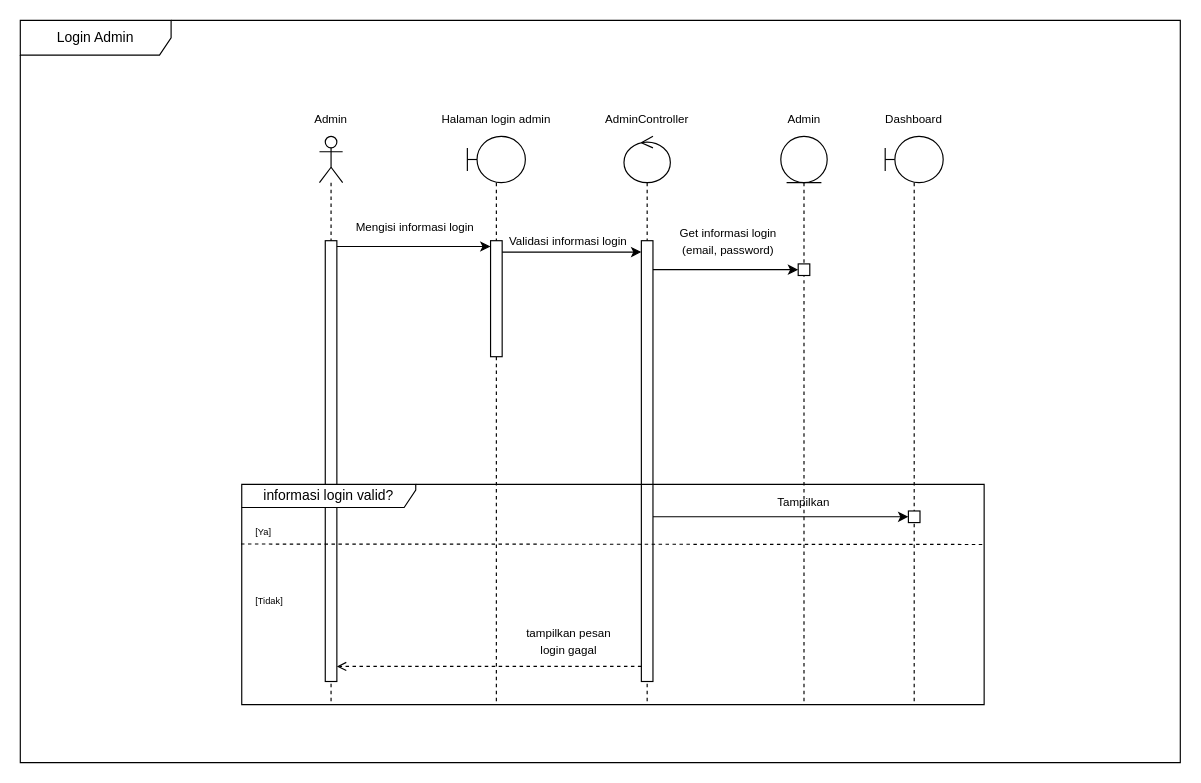
Above: page "Seq D. Login Admin" (5 of 13) of PBL5.drawio in agungsaraswati/diagram_pbl5 (draw.io), before the change. Source tidied: cells renumbered, new cells numbered last; positions are measured from the earlier drawing's top-left corner, leaving out a move shared by most shapes. Both pictures are drawn from the tidied source at 116%, with x=0, y=0 at pixel (20, 20).
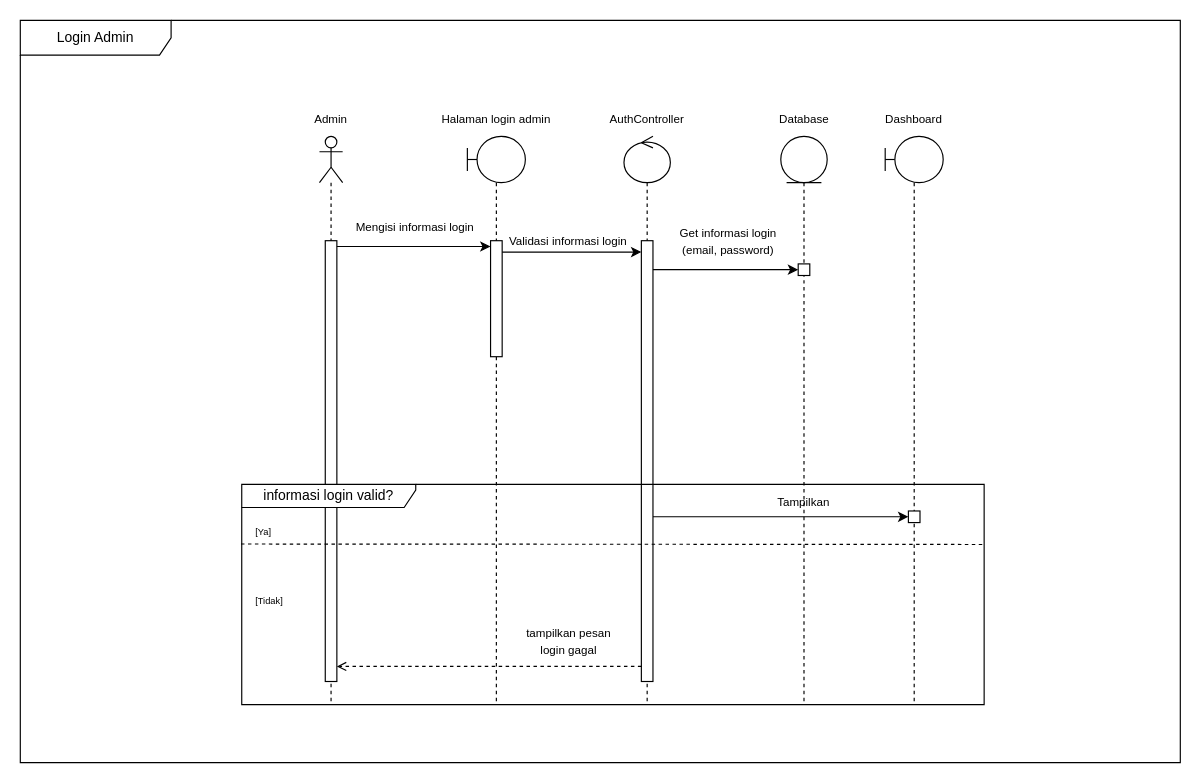
After the change.

Change to the diagram source:
```diff
@@
-    <mxCell id="12" value="&lt;font size=&quot;1&quot;&gt;AdminController&lt;/font&gt;" style="text;html=1;align=center;verticalAlign=middle;whiteSpace=wrap;rounded=0;" parent="1" vertex="1">
+    <mxCell id="12" value="&lt;font size=&quot;1&quot;&gt;AuthController&lt;/font&gt;" style="text;html=1;align=center;verticalAlign=middle;whiteSpace=wrap;rounded=0;" parent="1" vertex="1">
       <mxGeometry x="487.9" y="70" width="105" height="30" as="geometry" />
     </mxCell>
@@
-    <mxCell id="15" value="&lt;font size=&quot;1&quot;&gt;Admin&lt;/font&gt;" style="text;html=1;align=center;verticalAlign=middle;whiteSpace=wrap;rounded=0;" parent="1" vertex="1">
+    <mxCell id="15" value="&lt;font size=&quot;1&quot;&gt;Database&lt;/font&gt;" style="text;html=1;align=center;verticalAlign=middle;whiteSpace=wrap;rounded=0;" parent="1" vertex="1">
       <mxGeometry x="640.9" y="70" width="69.5" height="30" as="geometry" />
     </mxCell>
```
